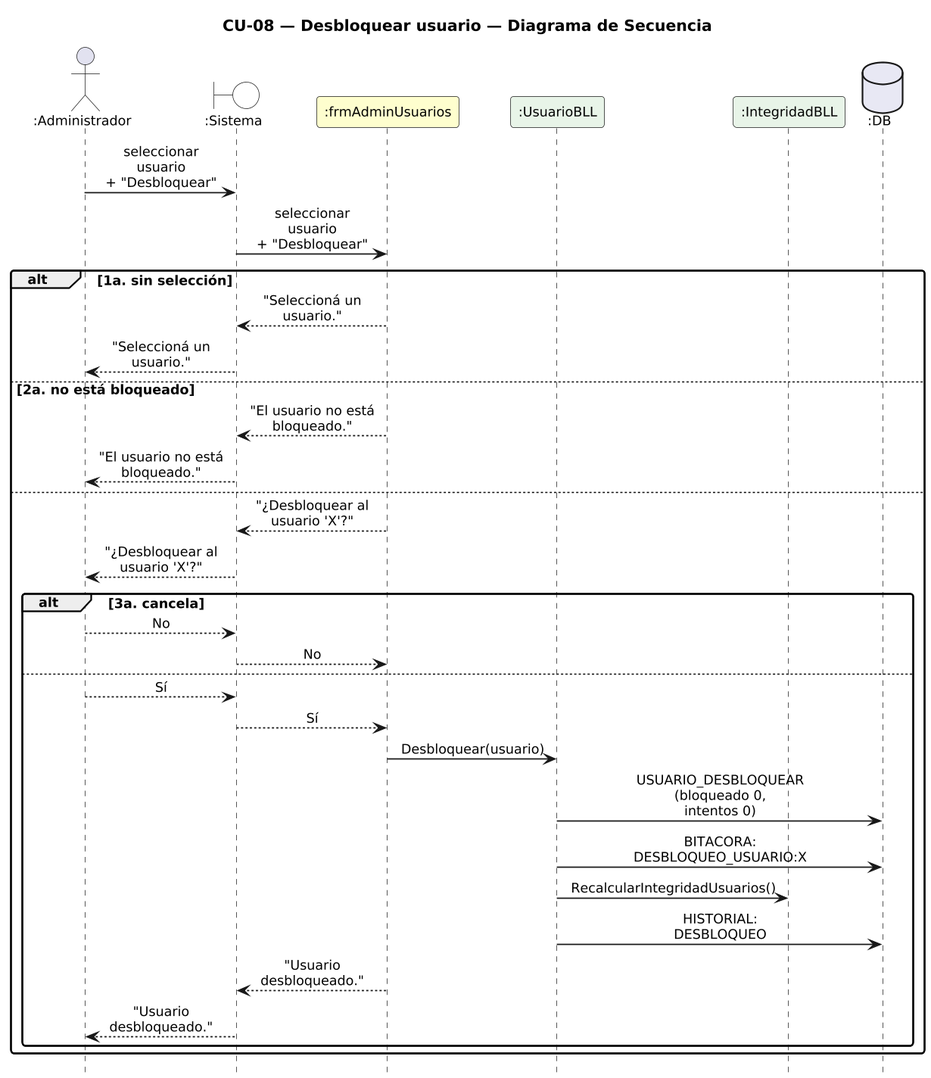
Earlier version of the PlantUML export DIAGRAMAS/DiagramaSecuencia_CU08_DesbloquearUsuario.png (Urrels/ingenieria_software).
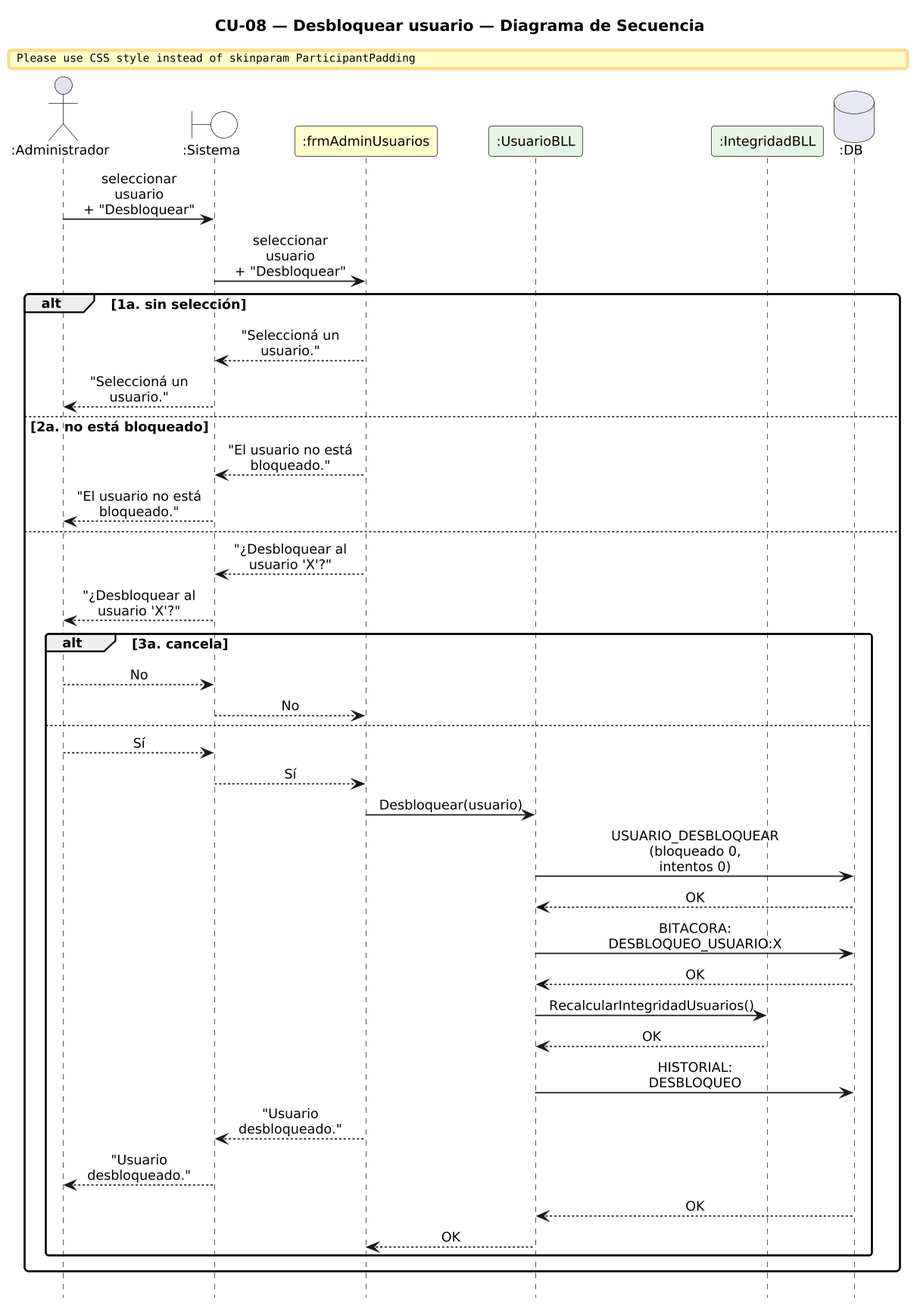
The same file after the commit.

The edit, as a diff of the source:
```diff
@@ -39,11 +39,16 @@
     SYS --> F : Sí
     F -> B : Desbloquear(usuario)
     B -> DB : USUARIO_DESBLOQUEAR\n(bloqueado 0, intentos 0)
+    DB --> B : OK
     B -> DB : BITACORA:\nDESBLOQUEO_USUARIO:X
+    DB --> B : OK
     B -> I : RecalcularIntegridadUsuarios()
+    I --> B : OK
     B -> DB : HISTORIAL: DESBLOQUEO
     F --> SYS : "Usuario desbloqueado."
     SYS --> A : "Usuario desbloqueado."
+    DB --> B : OK
+    B --> F : OK
   end
 end
 
```
